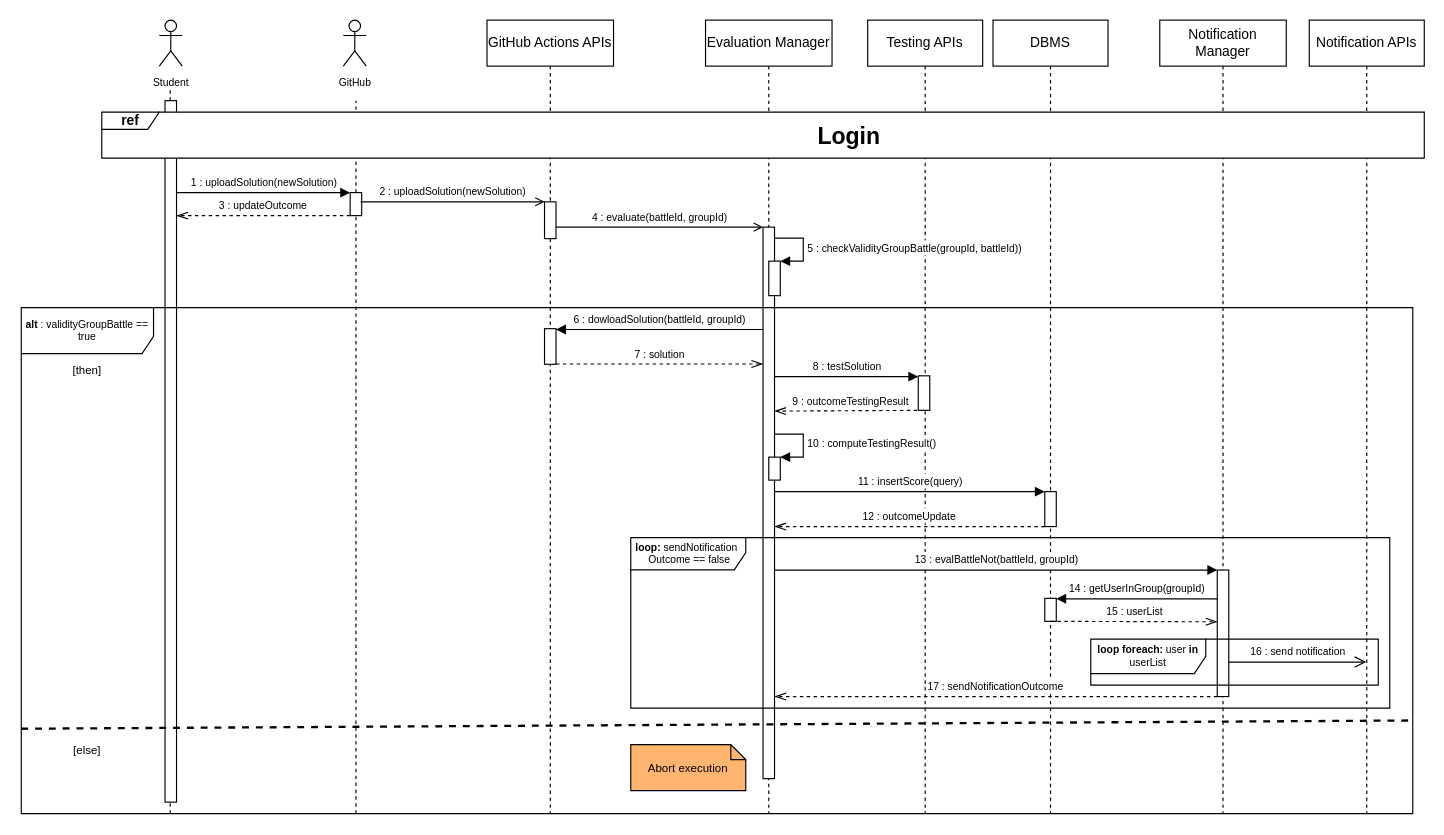
Above: DDwip/ExtraFiles/Sequence/Sequence11DD.drawio in francescospangaro/SpangaroTosettiRiccardi (draw.io), before the change. Source tidied: cells renumbered, new cells numbered last; positions are measured from the earlier drawing's top-left corner, leaving out a move shared by most shapes. Both pictures are drawn from the tidied source at 115%, with x=0, y=0 at pixel (21, 20).
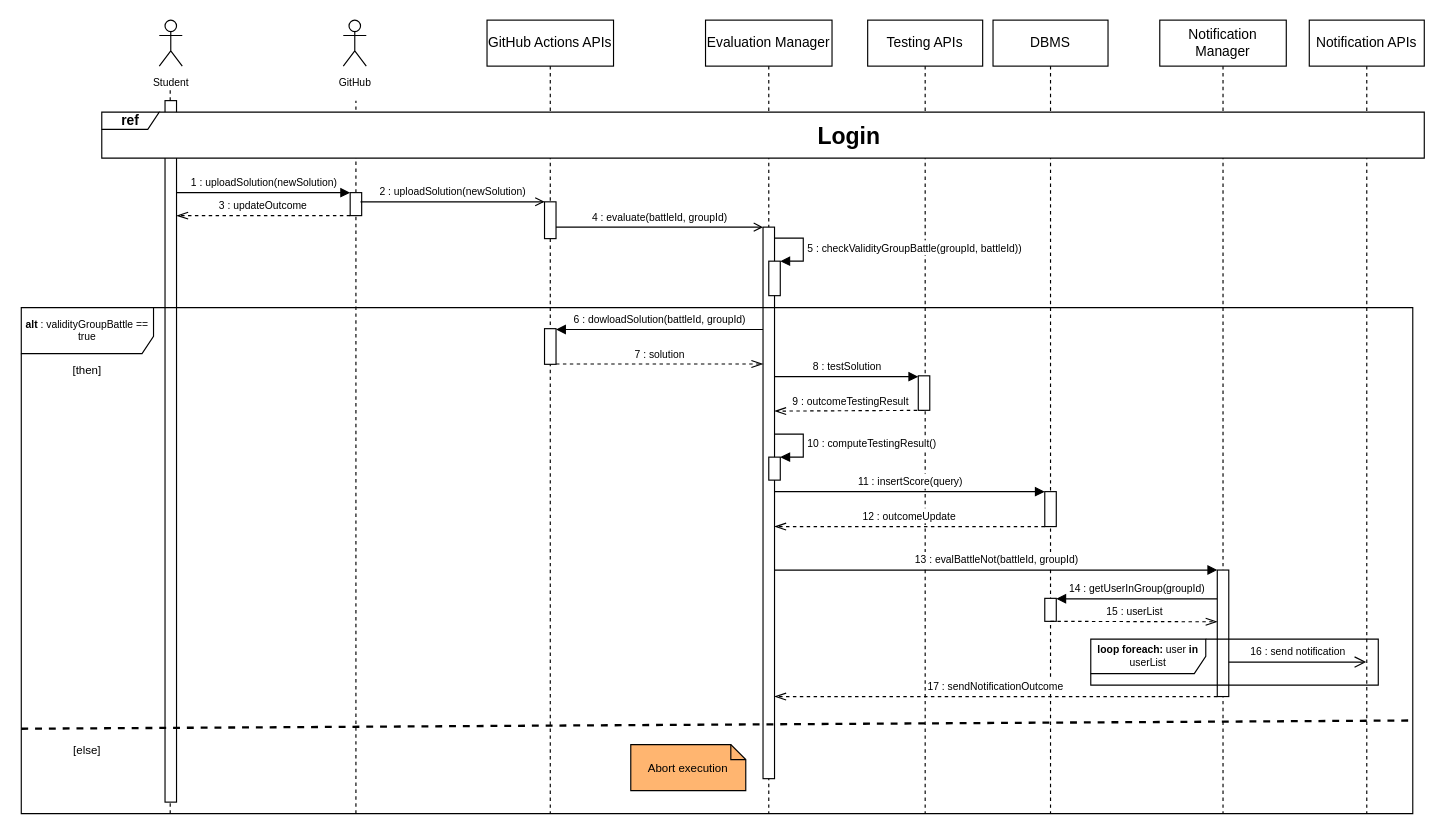
The same page after the edit.

Commit message (it also covers changes not shown here):
Minor changes to notification in sequence diagrams

The change refers to these unchanged cells:
```xml
<mxCell id="16" value="Notification APIs" style="shape=umlLifeline;perimeter=lifelinePerimeter;whiteSpace=wrap;html=1;newEdgeStyle={&quot;curved&quot;:0,&quot;rounded&quot;:0};" parent="1" vertex="1">
  <mxGeometry x="1120" width="100" height="690" as="geometry" />
</mxCell>
```

The edit, as a diff of the source:
```diff
@@
-    <mxCell id="17" value="&lt;p style=&quot;line-height: 120%; font-size: 9px;&quot;&gt;&lt;b&gt;loop: &lt;/b&gt;sendNotification&amp;nbsp; &amp;nbsp;&lt;span style=&quot;background-color: initial;&quot;&gt;Outcome == false&lt;/span&gt;&lt;/p&gt;" style="shape=umlFrame;whiteSpace=wrap;html=1;width=100;height=28;verticalAlign=middle;horizontal=1;labelPosition=center;verticalLabelPosition=middle;align=center;" parent="16" vertex="1">
-      <mxGeometry x="-590" y="450" width="660" height="148.2" as="geometry" />
-    </mxCell>
```
